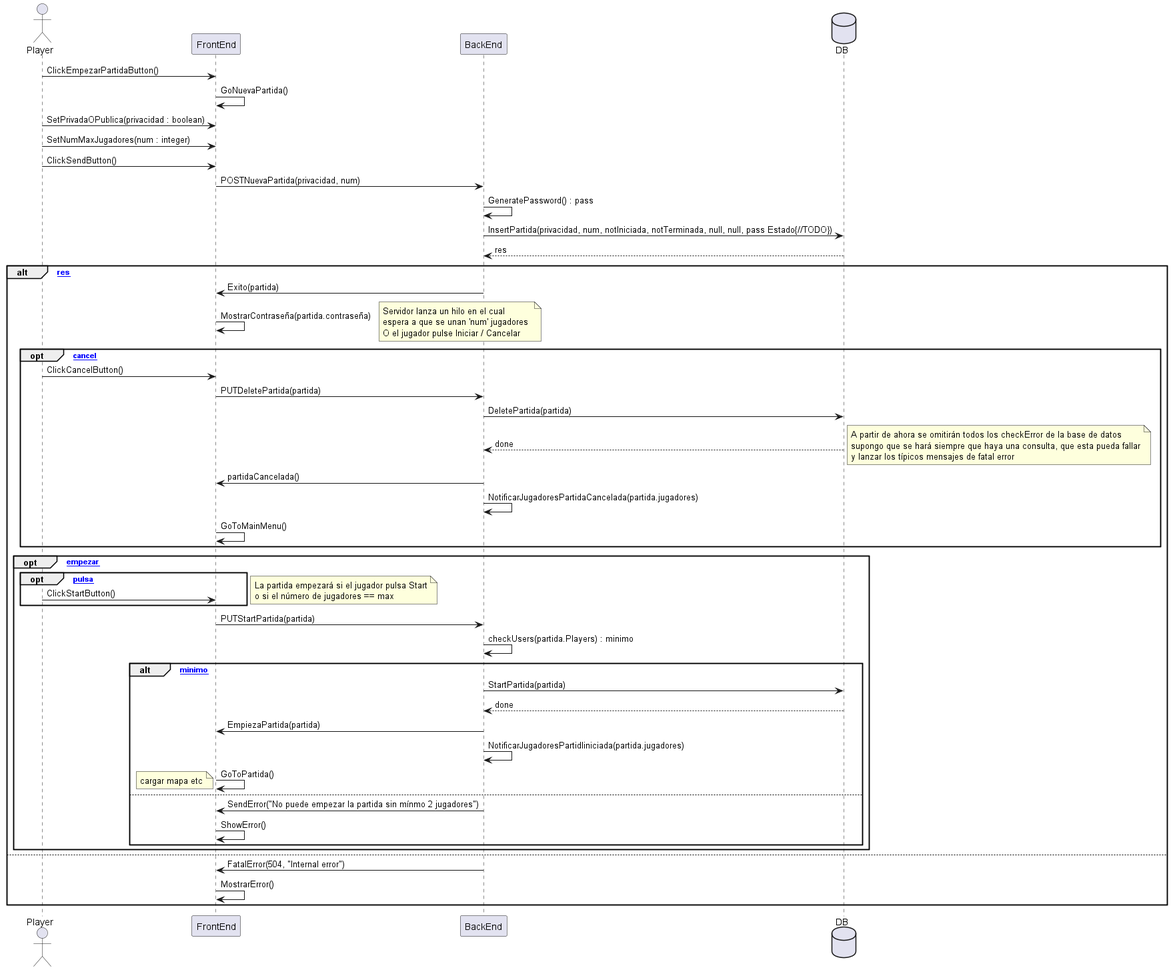
Earlier version of the PlantUML export SequenceDiagrams/empezarPartida.png (UNIZAR-30226-2024-02/Back-end). Source of this version:
```plantuml
@startuml
actor Player
Player -> FrontEnd : ClickEmpezarPartidaButton()
FrontEnd -> FrontEnd : GoNuevaPartida()
Player -> FrontEnd : SetPrivadaOPublica(privacidad : boolean)
Player -> FrontEnd : SetNumMaxJugadores(num : integer)
Player -> FrontEnd : ClickSendButton()
FrontEnd -> BackEnd : POSTNuevaPartida(privacidad, num)
database DB
BackEnd -> BackEnd : GeneratePassword() : pass
BackEnd -> DB : InsertPartida(privacidad, num, notIniciada, notTerminada, null, null, pass Estado{//TODO})
DB --> BackEnd : res
alt [res]
	BackEnd -> FrontEnd : Exito(partida)
	FrontEnd -> FrontEnd : MostrarContraseña(partida.contraseña)
	note right
	Servidor lanza un hilo en el cual
	espera a que se unan 'num' jugadores
	O el jugador pulse Iniciar / Cancelar
	end note
	opt [cancel]
		Player -> FrontEnd : ClickCancelButton()
		FrontEnd -> BackEnd : PUTDeletePartida(partida)
		BackEnd -> DB : DeletePartida(partida)
		DB --> BackEnd : done
		note right
		A partir de ahora se omitirán todos los checkError de la base de datos
		supongo que se hará siempre que haya una consulta, que esta pueda fallar
		y lanzar los típicos mensajes de fatal error
		end note
		BackEnd -> FrontEnd : partidaCancelada()
		BackEnd -> BackEnd : NotificarJugadoresPartidaCancelada(partida.jugadores)
		FrontEnd -> FrontEnd : GoToMainMenu()
	end
	opt [empezar]
		opt [pulsa]
			Player -> FrontEnd : ClickStartButton()
		end
		note left
		La partida empezará si el jugador pulsa Start
		o si el número de jugadores == max
		end note
		FrontEnd -> BackEnd : PUTStartPartida(partida)
		BackEnd->BackEnd : checkUsers(partida.Players) : minimo
		alt [minimo]
			BackEnd -> DB : StartPartida(partida)
			DB --> BackEnd : done
			BackEnd -> FrontEnd : EmpiezaPartida(partida)
			BackEnd -> BackEnd : NotificarJugadoresPartidIiniciada(partida.jugadores)
			FrontEnd -> FrontEnd : GoToPartida()
			note left : cargar mapa etc
		else
			BackEnd->FrontEnd : SendError("No puede empezar la partida sin mínmo 2 jugadores")
			FrontEnd -> FrontEnd : ShowError()
			end
	end

else
	BackEnd -> FrontEnd : FatalError(504, "Internal error")
	FrontEnd -> FrontEnd : MostrarError()
	end

@enduml
```
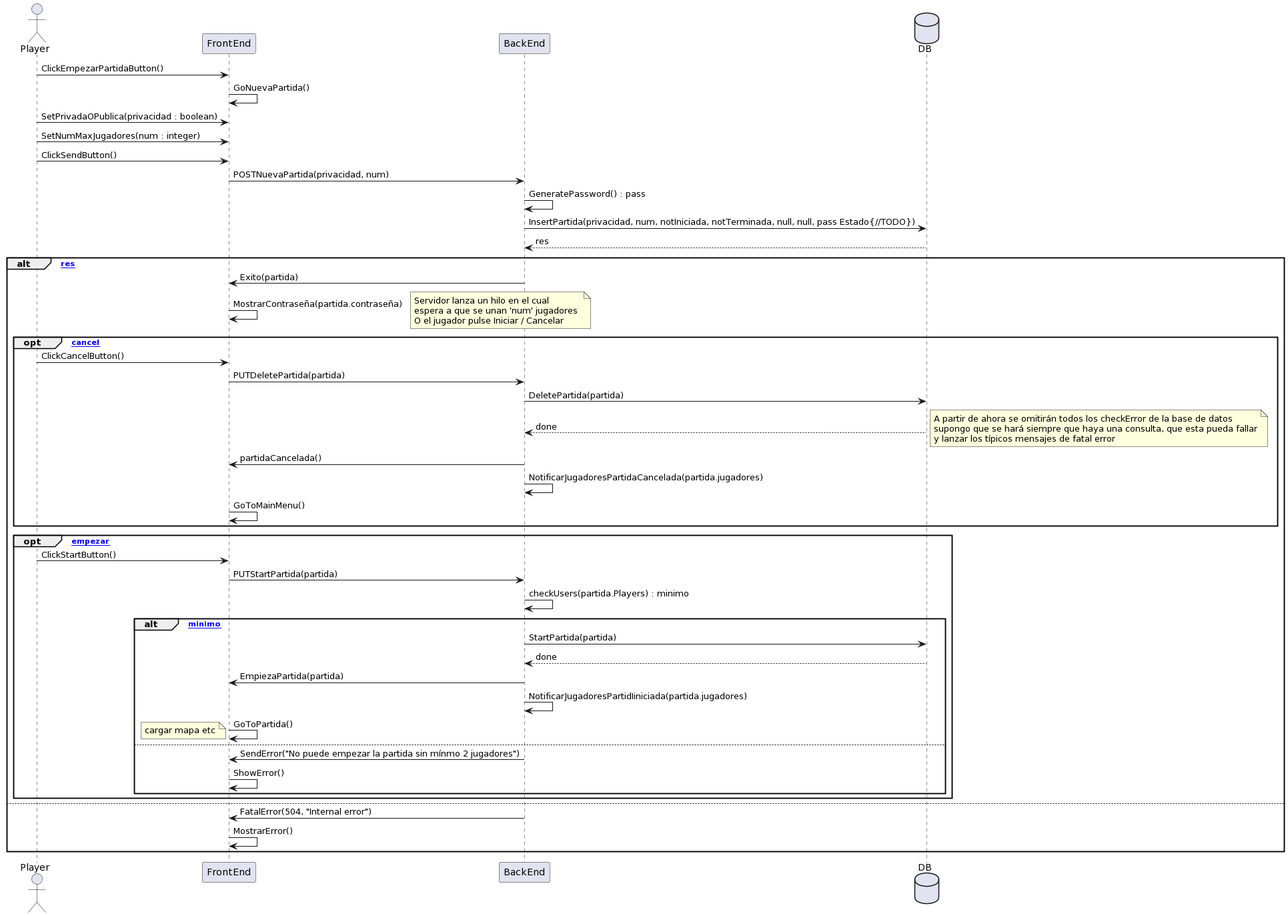
The same diagram one commit later.

Change to the diagram source:
```diff
@@ -33,13 +33,7 @@
 		FrontEnd -> FrontEnd : GoToMainMenu()
 	end
 	opt [empezar]
-		opt [pulsa]
-			Player -> FrontEnd : ClickStartButton()
-		end
-		note left
-		La partida empezará si el jugador pulsa Start
-		o si el número de jugadores == max
-		end note
+		Player -> FrontEnd : ClickStartButton()
 		FrontEnd -> BackEnd : PUTStartPartida(partida)
 		BackEnd->BackEnd : checkUsers(partida.Players) : minimo
 		alt [minimo]
@@ -59,5 +53,4 @@
 	BackEnd -> FrontEnd : FatalError(504, "Internal error")
 	FrontEnd -> FrontEnd : MostrarError()
 	end
-
 @enduml
```
